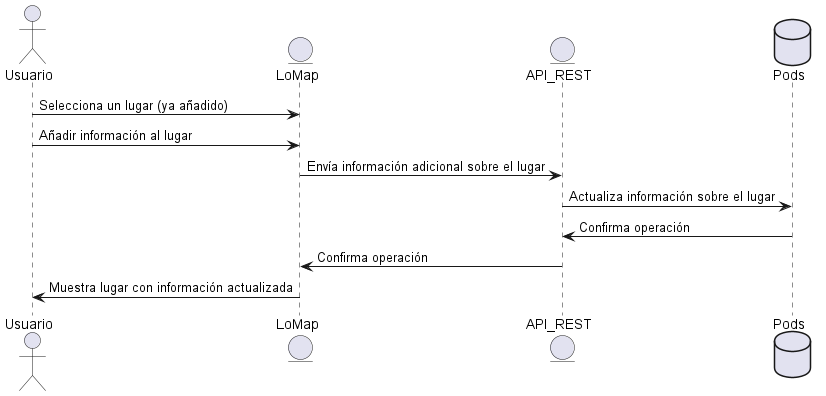
This is images/Sequence diagram5.png from Arquisoft/lomap_es3c, a PlantUML export, as it was before one commit. The source it was exported from:
```plantuml
@startuml
actor Usuario
entity LoMap
Usuario -> LoMap: Selecciona un lugar (ya añadido)
Usuario -> LoMap: Añadir información al lugar
entity API_REST
database Pod as "Pods"
LoMap-> API_REST: Envía información adicional sobre el lugar
API_REST-> Pod: Actualiza información sobre el lugar
Pod-> API_REST: Confirma operación
API_REST-> LoMap: Confirma operación
LoMap-> Usuario: Muestra lugar con información actualizada
@enduml
```
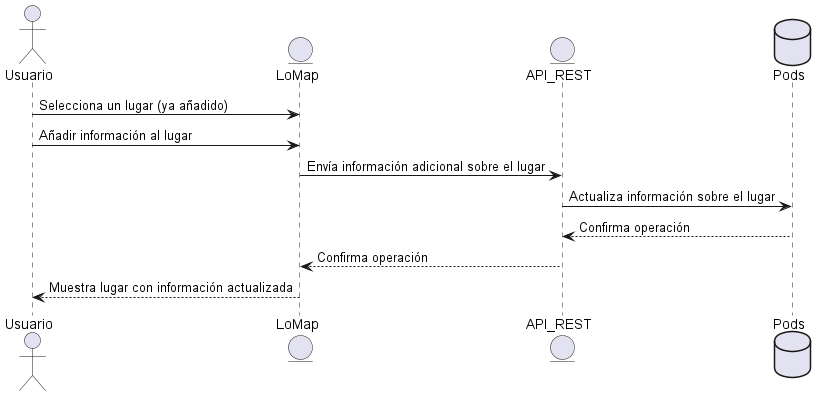
Later version of the same file.

Diff of the diagram source:
```diff
@@ -7,7 +7,7 @@
 database Pod as "Pods"
 LoMap-> API_REST: Envía información adicional sobre el lugar
 API_REST-> Pod: Actualiza información sobre el lugar
-Pod-> API_REST: Confirma operación
-API_REST-> LoMap: Confirma operación
-LoMap-> Usuario: Muestra lugar con información actualizada
+Pod--> API_REST: Confirma operación
+API_REST--> LoMap: Confirma operación
+LoMap--> Usuario: Muestra lugar con información actualizada
 @enduml
```
